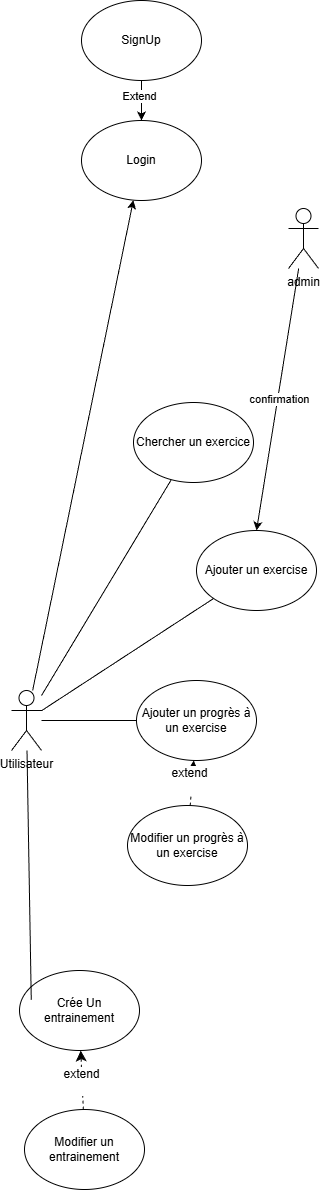
Above: docs/Diagrams/ImageRenditions/livrable_use_case.png in 1880160/Projet_workout_wiki (draw.io), before the change. Source tidied: cells renumbered, new cells last; positions are measured from the earlier drawing's top-left corner, leaving out a move shared by most shapes. Source of this version:
```xml
<mxGraphModel background="#ffffff">
  <root>
    <mxCell id="0" />
    <mxCell id="1" parent="0" />
    <mxCell id="2" style="edgeStyle=none;curved=1;rounded=0;jettySize=auto;html=1;fontSize=12;startSize=8;endSize=8;endArrow=none;endFill=0;" parent="1" edge="1" source="6" target="9">
      <mxGeometry relative="1" as="geometry" />
    </mxCell>
    <mxCell id="3" style="edgeStyle=none;curved=1;rounded=0;jettySize=auto;html=1;fontSize=12;startSize=8;endSize=8;endArrow=none;endFill=0;" parent="1" edge="1" source="6" target="10">
      <mxGeometry relative="1" as="geometry" />
    </mxCell>
    <mxCell id="4" style="edgeStyle=none;curved=1;rounded=0;jettySize=auto;html=1;fontSize=12;startSize=8;endSize=8;endArrow=none;endFill=0;" parent="1" edge="1" source="6" target="17">
      <mxGeometry relative="1" as="geometry" />
    </mxCell>
    <mxCell id="5" style="edgeStyle=none;html=1;endArrow=classic;endFill=1;" parent="1" edge="1" source="6" target="21">
      <mxGeometry relative="1" as="geometry" />
    </mxCell>
    <mxCell id="6" value="&lt;div&gt;Utilisateur&lt;/div&gt;" style="shape=umlActor;verticalLabelPosition=bottom;verticalAlign=top;html=1;outlineConnect=0;" parent="1" vertex="1">
      <mxGeometry y="690" width="30" height="60" as="geometry" />
    </mxCell>
    <mxCell id="7" value="Crée Un entrainement" style="ellipse;whiteSpace=wrap;html=1;" parent="1" vertex="1">
      <mxGeometry x="8" y="970" width="120" height="80" as="geometry" />
    </mxCell>
    <mxCell id="8" style="edgeStyle=none;curved=1;rounded=0;jettySize=auto;html=1;entryX=0.098;entryY=0.368;entryDx=0;entryDy=0;entryPerimeter=0;fontSize=12;startSize=8;endSize=8;endArrow=none;endFill=0;" parent="1" edge="1" source="6" target="7">
      <mxGeometry relative="1" as="geometry" />
    </mxCell>
    <mxCell id="9" value="Chercher un exercice" style="ellipse;whiteSpace=wrap;html=1;" parent="1" vertex="1">
      <mxGeometry x="122" y="402" width="120" height="80" as="geometry" />
    </mxCell>
    <mxCell id="10" value="Ajouter un progrès à un exercise" style="ellipse;whiteSpace=wrap;html=1;" parent="1" vertex="1">
      <mxGeometry x="125" y="680" width="120" height="80" as="geometry" />
    </mxCell>
    <mxCell id="11" style="edgeStyle=none;curved=1;rounded=0;jettySize=auto;html=1;fontSize=12;startSize=8;endSize=8;dashed=1;" parent="1" edge="1" source="13" target="10">
      <mxGeometry relative="1" as="geometry" />
    </mxCell>
    <mxCell id="12" value="extend&lt;div&gt;&lt;br&gt;&lt;/div&gt;" style="edgeLabel;html=1;align=center;verticalAlign=middle;fontSize=12;" parent="11" vertex="1">
      <mxGeometry x="0.16" y="3" relative="1" as="geometry" />
    </mxCell>
    <mxCell id="13" value="Modifier un progrès à un exercise" style="ellipse;whiteSpace=wrap;html=1;" parent="1" vertex="1">
      <mxGeometry x="116" y="805" width="120" height="80" as="geometry" />
    </mxCell>
    <mxCell id="14" style="edgeStyle=none;curved=1;rounded=0;jettySize=auto;html=1;fontSize=12;startSize=8;endSize=8;dashed=1;" parent="1" edge="1" source="16" target="7">
      <mxGeometry relative="1" as="geometry" />
    </mxCell>
    <mxCell id="15" value="extend&lt;div&gt;&lt;br&gt;&lt;/div&gt;" style="edgeLabel;html=1;align=center;verticalAlign=middle;fontSize=12;" parent="14" vertex="1">
      <mxGeometry x="-0.01" y="1" relative="1" as="geometry" />
    </mxCell>
    <mxCell id="16" value="Modifier un entrainement" style="ellipse;whiteSpace=wrap;html=1;" parent="1" vertex="1">
      <mxGeometry x="13" y="1109" width="120" height="80" as="geometry" />
    </mxCell>
    <mxCell id="17" value="Ajouter un exercise" style="ellipse;whiteSpace=wrap;html=1;" parent="1" vertex="1">
      <mxGeometry x="185" y="530" width="120" height="80" as="geometry" />
    </mxCell>
    <mxCell id="18" style="edgeStyle=none;html=1;entryX=0.5;entryY=0;entryDx=0;entryDy=0;" parent="1" edge="1" source="20" target="17">
      <mxGeometry relative="1" as="geometry" />
    </mxCell>
    <mxCell id="19" value="confirmation" style="edgeLabel;html=1;align=center;verticalAlign=middle;" parent="18" vertex="1">
      <mxGeometry x="-0.01" y="1" relative="1" as="geometry" />
    </mxCell>
    <mxCell id="20" value="&lt;div&gt;admin&lt;/div&gt;&lt;div&gt;&lt;br&gt;&lt;/div&gt;" style="shape=umlActor;verticalLabelPosition=bottom;verticalAlign=top;html=1;outlineConnect=0;" parent="1" vertex="1">
      <mxGeometry x="277" y="208" width="30" height="60" as="geometry" />
    </mxCell>
    <mxCell id="21" value="Login" style="ellipse;whiteSpace=wrap;html=1;" parent="1" vertex="1">
      <mxGeometry x="70" y="120" width="120" height="80" as="geometry" />
    </mxCell>
    <mxCell id="22" style="edgeStyle=none;html=1;" parent="1" edge="1" source="24" target="21">
      <mxGeometry relative="1" as="geometry" />
    </mxCell>
    <mxCell id="23" value="Extend" style="edgeLabel;html=1;align=center;verticalAlign=middle;" parent="22" vertex="1">
      <mxGeometry x="-0.19" y="-3" relative="1" as="geometry" />
    </mxCell>
    <mxCell id="24" value="SignUp" style="ellipse;whiteSpace=wrap;html=1;" parent="1" vertex="1">
      <mxGeometry x="70" width="120" height="80" as="geometry" />
    </mxCell>
  </root>
</mxGraphModel>
```
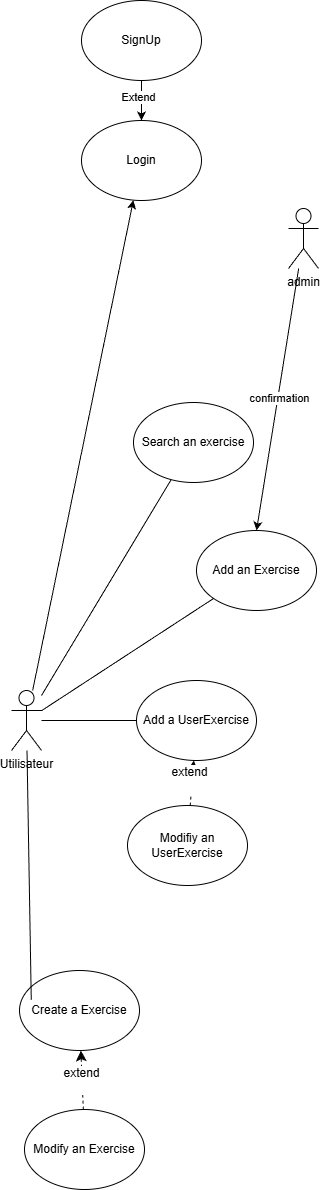
The same diagram one commit later.

What changed in the source:
```diff
@@ -17,16 +17,16 @@
     <mxCell id="6" value="&lt;div&gt;Utilisateur&lt;/div&gt;" style="shape=umlActor;verticalLabelPosition=bottom;verticalAlign=top;html=1;outlineConnect=0;" parent="1" vertex="1">
       <mxGeometry y="690" width="30" height="60" as="geometry" />
     </mxCell>
-    <mxCell id="7" value="Crée Un entrainement" style="ellipse;whiteSpace=wrap;html=1;" parent="1" vertex="1">
+    <mxCell id="7" value="Create a Exercise" style="ellipse;whiteSpace=wrap;html=1;" parent="1" vertex="1">
       <mxGeometry x="8" y="970" width="120" height="80" as="geometry" />
     </mxCell>
     <mxCell id="8" style="edgeStyle=none;curved=1;rounded=0;jettySize=auto;html=1;entryX=0.098;entryY=0.368;entryDx=0;entryDy=0;entryPerimeter=0;fontSize=12;startSize=8;endSize=8;endArrow=none;endFill=0;" parent="1" edge="1" source="6" target="7">
       <mxGeometry relative="1" as="geometry" />
     </mxCell>
-    <mxCell id="9" value="Chercher un exercice" style="ellipse;whiteSpace=wrap;html=1;" parent="1" vertex="1">
+    <mxCell id="9" value="Search an exercise" style="ellipse;whiteSpace=wrap;html=1;" parent="1" vertex="1">
       <mxGeometry x="122" y="402" width="120" height="80" as="geometry" />
     </mxCell>
-    <mxCell id="10" value="Ajouter un progrès à un exercise" style="ellipse;whiteSpace=wrap;html=1;" parent="1" vertex="1">
+    <mxCell id="10" value="Add a UserExercise" style="ellipse;whiteSpace=wrap;html=1;" parent="1" vertex="1">
       <mxGeometry x="125" y="680" width="120" height="80" as="geometry" />
     </mxCell>
     <mxCell id="11" style="edgeStyle=none;curved=1;rounded=0;jettySize=auto;html=1;fontSize=12;startSize=8;endSize=8;dashed=1;" parent="1" edge="1" source="13" target="10">
@@ -35,7 +35,7 @@
     <mxCell id="12" value="extend&lt;div&gt;&lt;br&gt;&lt;/div&gt;" style="edgeLabel;html=1;align=center;verticalAlign=middle;fontSize=12;" parent="11" vertex="1">
       <mxGeometry x="0.16" y="3" relative="1" as="geometry" />
     </mxCell>
-    <mxCell id="13" value="Modifier un progrès à un exercise" style="ellipse;whiteSpace=wrap;html=1;" parent="1" vertex="1">
+    <mxCell id="13" value="Modifiy an UserExercise" style="ellipse;whiteSpace=wrap;html=1;" parent="1" vertex="1">
       <mxGeometry x="116" y="805" width="120" height="80" as="geometry" />
     </mxCell>
     <mxCell id="14" style="edgeStyle=none;curved=1;rounded=0;jettySize=auto;html=1;fontSize=12;startSize=8;endSize=8;dashed=1;" parent="1" edge="1" source="16" target="7">
@@ -44,10 +44,10 @@
     <mxCell id="15" value="extend&lt;div&gt;&lt;br&gt;&lt;/div&gt;" style="edgeLabel;html=1;align=center;verticalAlign=middle;fontSize=12;" parent="14" vertex="1">
       <mxGeometry x="-0.01" y="1" relative="1" as="geometry" />
     </mxCell>
-    <mxCell id="16" value="Modifier un entrainement" style="ellipse;whiteSpace=wrap;html=1;" parent="1" vertex="1">
+    <mxCell id="16" value="Modify an Exercise" style="ellipse;whiteSpace=wrap;html=1;" parent="1" vertex="1">
       <mxGeometry x="13" y="1109" width="120" height="80" as="geometry" />
     </mxCell>
-    <mxCell id="17" value="Ajouter un exercise" style="ellipse;whiteSpace=wrap;html=1;" parent="1" vertex="1">
+    <mxCell id="17" value="Add an Exercise" style="ellipse;whiteSpace=wrap;html=1;" parent="1" vertex="1">
       <mxGeometry x="185" y="530" width="120" height="80" as="geometry" />
     </mxCell>
     <mxCell id="18" style="edgeStyle=none;html=1;entryX=0.5;entryY=0;entryDx=0;entryDy=0;" parent="1" edge="1" source="20" target="17">
```
